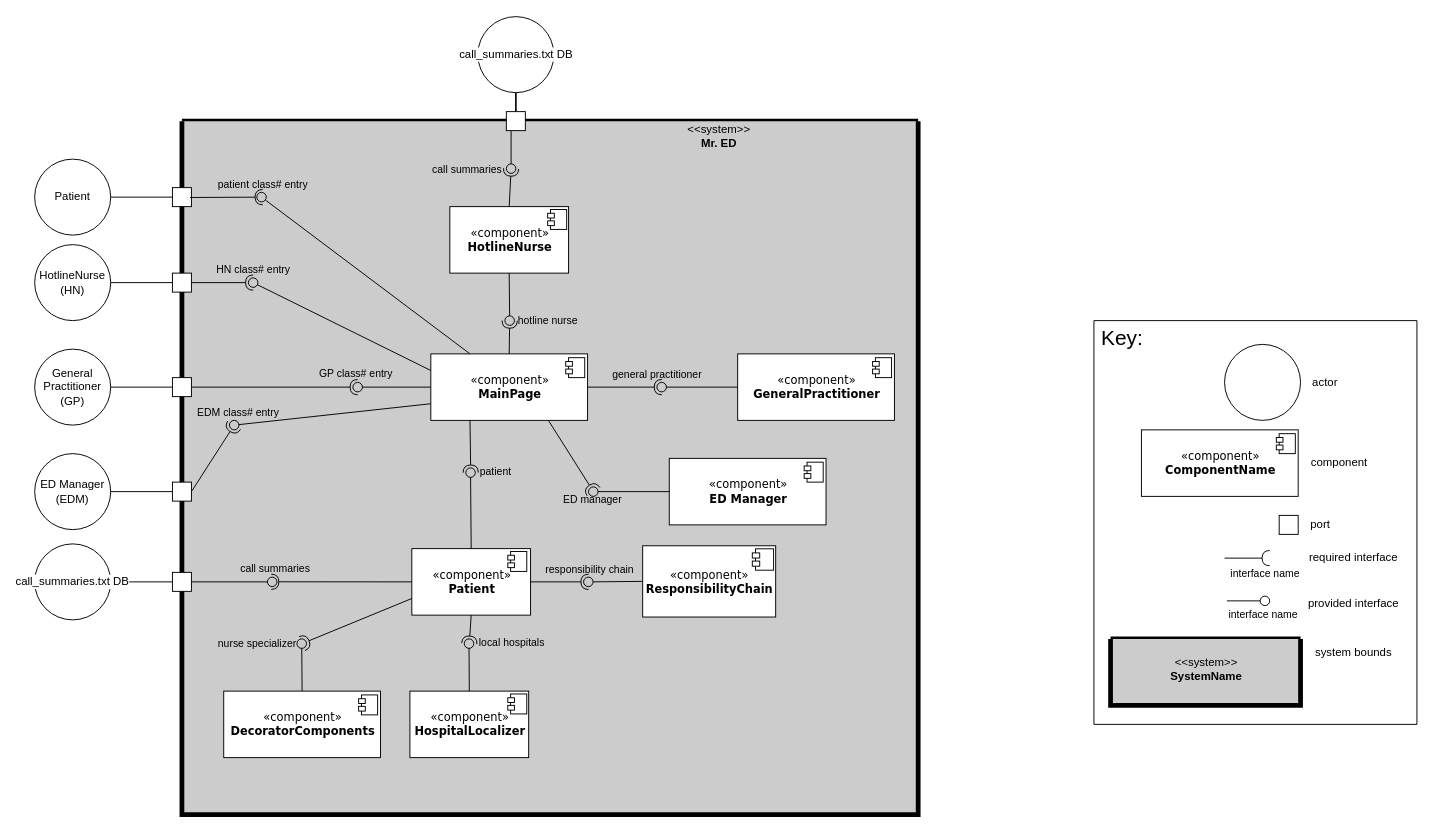
Earlier version of the draw.io diagram AmirWork/M4/C&C.drawio (SENG-350-2024-fall/Team9). Source tidied: cells renumbered, new cells numbered last; positions are measured from the earlier drawing's top-left corner, leaving out a move shared by most shapes. Both pictures are drawn from the tidied source at 95%, with x=0, y=0 at pixel (34, 16).
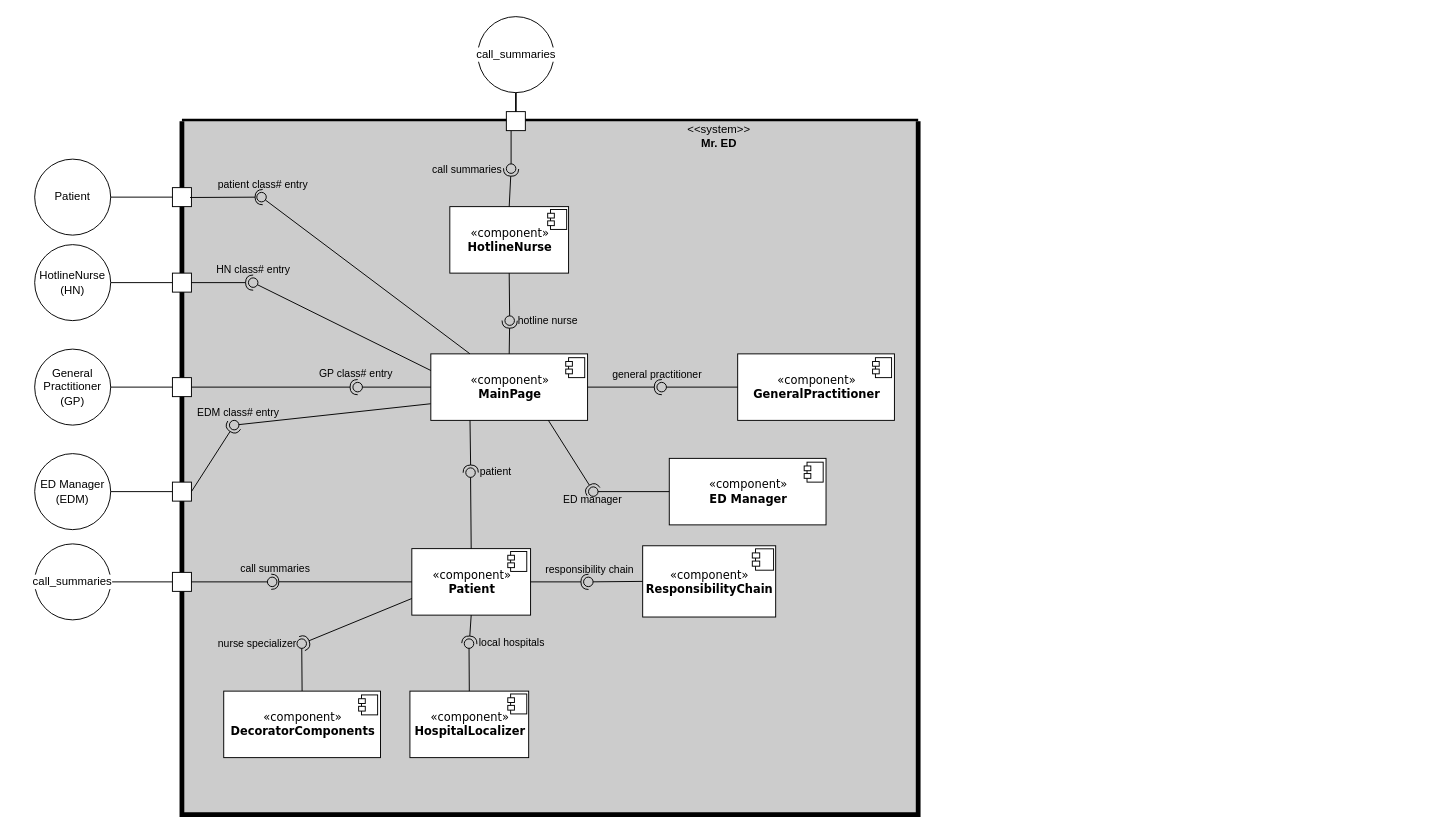
Above is the later version.

Diff of the diagram source:
```diff
@@
-<mxGraphModel>
+<mxGraphModel background="#ffffff">
@@
-    <mxCell id="110" value="&lt;div&gt;&lt;div&gt;&lt;div style=&quot;&quot;&gt;&lt;span style=&quot;text-wrap-mode: nowrap;&quot;&gt;call_summaries.txt DB&lt;/span&gt;&lt;/div&gt;&lt;/div&gt;&lt;/div&gt;" style="ellipse;whiteSpace=wrap;html=1;labelBackgroundColor=default;" parent="1" vertex="1">
+    <mxCell id="110" value="&lt;div&gt;&lt;div&gt;&lt;div style=&quot;&quot;&gt;&lt;span style=&quot;text-wrap-mode: nowrap;&quot;&gt;call_summaries&lt;/span&gt;&lt;/div&gt;&lt;/div&gt;&lt;/div&gt;" style="ellipse;whiteSpace=wrap;html=1;labelBackgroundColor=default;" parent="1" vertex="1">
       <mxGeometry x="466.5" width="80" height="80" as="geometry" />
     </mxCell>
@@
-    <mxCell id="112" value="&lt;div&gt;&lt;div&gt;&lt;div style=&quot;&quot;&gt;&lt;span style=&quot;text-wrap-mode: nowrap;&quot;&gt;call_summaries.txt DB&lt;/span&gt;&lt;/div&gt;&lt;/div&gt;&lt;/div&gt;" style="ellipse;whiteSpace=wrap;html=1;labelBackgroundColor=default;" parent="1" vertex="1">
+    <mxCell id="112" value="&lt;div&gt;&lt;div&gt;&lt;div style=&quot;&quot;&gt;&lt;span style=&quot;text-wrap-mode: nowrap;&quot;&gt;call_summaries&lt;/span&gt;&lt;/div&gt;&lt;/div&gt;&lt;/div&gt;" style="ellipse;whiteSpace=wrap;html=1;labelBackgroundColor=default;" parent="1" vertex="1">
       <mxGeometry y="555" width="80" height="80" as="geometry" />
     </mxCell>
-    <mxCell id="113" style="ellipse;whiteSpace=wrap;html=1;" parent="1" vertex="1">
-      <mxGeometry x="1252.5" y="345" width="80" height="80" as="geometry" />
-    </mxCell>
-    <mxCell id="114" style="group;" parent="1" vertex="1">
-      <mxGeometry x="1165" y="435" width="165" height="70" as="geometry" />
-    </mxCell>
-    <mxCell id="115" value="&lt;div&gt;«component»&lt;/div&gt;&lt;div&gt;&lt;b&gt;ComponentName&lt;/b&gt;&lt;/div&gt;" style="html=1;rounded=0;shadow=0;comic=0;labelBackgroundColor=none;strokeWidth=1;fontFamily=Verdana;fontSize=12;align=center;" parent="114" vertex="1">
-      <mxGeometry width="165" height="70" as="geometry" />
-    </mxCell>
-    <mxCell id="116" style="group;" parent="114" vertex="1">
-      <mxGeometry x="142" y="4" width="20" height="21" as="geometry" />
-    </mxCell>
-    <mxCell id="117" style="rounded=0;whiteSpace=wrap;html=1;" parent="116" vertex="1">
-      <mxGeometry x="3" width="17" height="21" as="geometry" />
-    </mxCell>
-    <mxCell id="118" style="rounded=0;whiteSpace=wrap;html=1;" parent="116" vertex="1">
-      <mxGeometry y="12" width="7" height="5" as="geometry" />
-    </mxCell>
-    <mxCell id="119" style="rounded=0;whiteSpace=wrap;html=1;" parent="116" vertex="1">
-      <mxGeometry y="4" width="7" height="5" as="geometry" />
-    </mxCell>
-    <mxCell id="120" value="&lt;div style=&quot;text-align: right;&quot;&gt;&lt;br&gt;&lt;/div&gt;" style="whiteSpace=wrap;html=1;" parent="1" vertex="1">
-      <mxGeometry x="1310" y="525" width="20" height="20" as="geometry" />
-    </mxCell>
-    <mxCell id="121" style="rounded=0;orthogonalLoop=1;jettySize=auto;html=1;endArrow=halfCircle;endFill=0;" parent="1" edge="1">
-      <mxGeometry relative="1" as="geometry">
-        <mxPoint x="1252.5" y="570" as="sourcePoint" />
-        <mxPoint x="1300" y="570" as="targetPoint" />
-      </mxGeometry>
-    </mxCell>
-    <mxCell id="122" value="interface name" style="edgeLabel;html=1;align=center;verticalAlign=middle;" parent="121" vertex="1">
-      <mxGeometry x="-0.1" relative="1" as="geometry">
-        <mxPoint x="21" y="15" as="offset" />
-      </mxGeometry>
-    </mxCell>
-    <mxCell id="123" style="rounded=0;orthogonalLoop=1;jettySize=auto;html=1;endArrow=oval;endFill=0;sketch=0;sourcePerimeterSpacing=0;targetPerimeterSpacing=0;endSize=10;jumpStyle=none;" parent="1" edge="1">
-      <mxGeometry relative="1" as="geometry">
-        <mxPoint x="1255" y="615" as="sourcePoint" />
-        <mxPoint x="1295" y="615" as="targetPoint" />
-      </mxGeometry>
-    </mxCell>
-    <mxCell id="124" style="edgeLabel;html=1;align=center;verticalAlign=middle;" parent="123" vertex="1">
-      <mxGeometry x="0.2" y="-1" relative="1" as="geometry" />
-    </mxCell>
-    <mxCell id="125" value="interface name" style="edgeLabel;html=1;align=center;verticalAlign=middle;" parent="123" vertex="1">
-      <mxGeometry x="0.09" y="1" relative="1" as="geometry">
-        <mxPoint x="15" y="14" as="offset" />
-      </mxGeometry>
-    </mxCell>
-    <mxCell id="126" value="&#10;" style="swimlane;startSize=0;strokeWidth=5;swimlaneFillColor=#CCCCCC;fontStyle=0;verticalAlign=middle;" parent="1" vertex="1">
-      <mxGeometry x="1132.5" y="655" width="200" height="70" as="geometry" />
-    </mxCell>
-    <mxCell id="127" value="&amp;lt;&amp;lt;system&amp;gt;&amp;gt;&lt;div&gt;&lt;b&gt;SystemName&lt;/b&gt;&lt;/div&gt;" style="text;html=1;align=center;verticalAlign=middle;strokeColor=none;fillColor=none;" parent="126" vertex="1">
-      <mxGeometry x="50" y="11.5" width="100" height="40" as="geometry" />
-    </mxCell>
-    <mxCell id="128" value="system bounds" style="text;html=1;align=center;verticalAlign=middle;strokeColor=none;fillColor=none;" parent="1" vertex="1">
-      <mxGeometry x="1337.5" y="655" width="100" height="30" as="geometry" />
-    </mxCell>
-    <mxCell id="129" value="&lt;span style=&quot;background-color: rgb(255, 255, 255);&quot;&gt;&lt;font style=&quot;font-size: 12px;&quot;&gt;provided interface&lt;/font&gt;&lt;/span&gt;" style="text;html=1;align=center;verticalAlign=middle;strokeColor=none;fillColor=none;" parent="1" vertex="1">
-      <mxGeometry x="1327.5" y="603" width="120" height="30" as="geometry" />
-    </mxCell>
-    <mxCell id="130" value="&lt;span style=&quot;background-color: rgb(255, 255, 255);&quot;&gt;&lt;font style=&quot;font-size: 12px;&quot;&gt;required interface&lt;/font&gt;&lt;/span&gt;" style="text;html=1;align=center;verticalAlign=middle;strokeColor=none;fillColor=none;" parent="1" vertex="1">
-      <mxGeometry x="1327.5" y="555" width="120" height="30" as="geometry" />
-    </mxCell>
-    <mxCell id="131" value="&lt;div style=&quot;text-wrap-mode: wrap; text-align: right;&quot;&gt;&lt;span style=&quot;background-color: initial;&quot;&gt;&lt;font style=&quot;font-size: 12px;&quot;&gt;port&lt;/font&gt;&lt;/span&gt;&lt;/div&gt;" style="text;html=1;align=center;verticalAlign=middle;strokeColor=none;fillColor=none;" parent="1" vertex="1">
-      <mxGeometry x="1332.5" y="520" width="40" height="30" as="geometry" />
-    </mxCell>
-    <mxCell id="132" value="component" style="text;html=1;align=center;verticalAlign=middle;strokeColor=none;fillColor=none;" parent="1" vertex="1">
-      <mxGeometry x="1332.5" y="455" width="80" height="30" as="geometry" />
-    </mxCell>
-    <mxCell id="133" value="&lt;span style=&quot;text-wrap-mode: wrap;&quot;&gt;actor&lt;/span&gt;" style="text;html=1;align=center;verticalAlign=middle;strokeColor=none;fillColor=none;" parent="1" vertex="1">
-      <mxGeometry x="1332.5" y="370" width="50" height="30" as="geometry" />
-    </mxCell>
-    <mxCell id="134" style="swimlane;startSize=0;" parent="1" vertex="1">
-      <mxGeometry x="1115" y="320" width="340" height="425" as="geometry" />
-    </mxCell>
-    <mxCell id="135" value="&lt;font style=&quot;font-size: 22px;&quot;&gt;Key:&lt;/font&gt;" style="text;html=1;align=center;verticalAlign=middle;whiteSpace=wrap;rounded=0;" parent="134" vertex="1">
-      <mxGeometry y="3.5" width="60" height="30" as="geometry" />
-    </mxCell>
```
